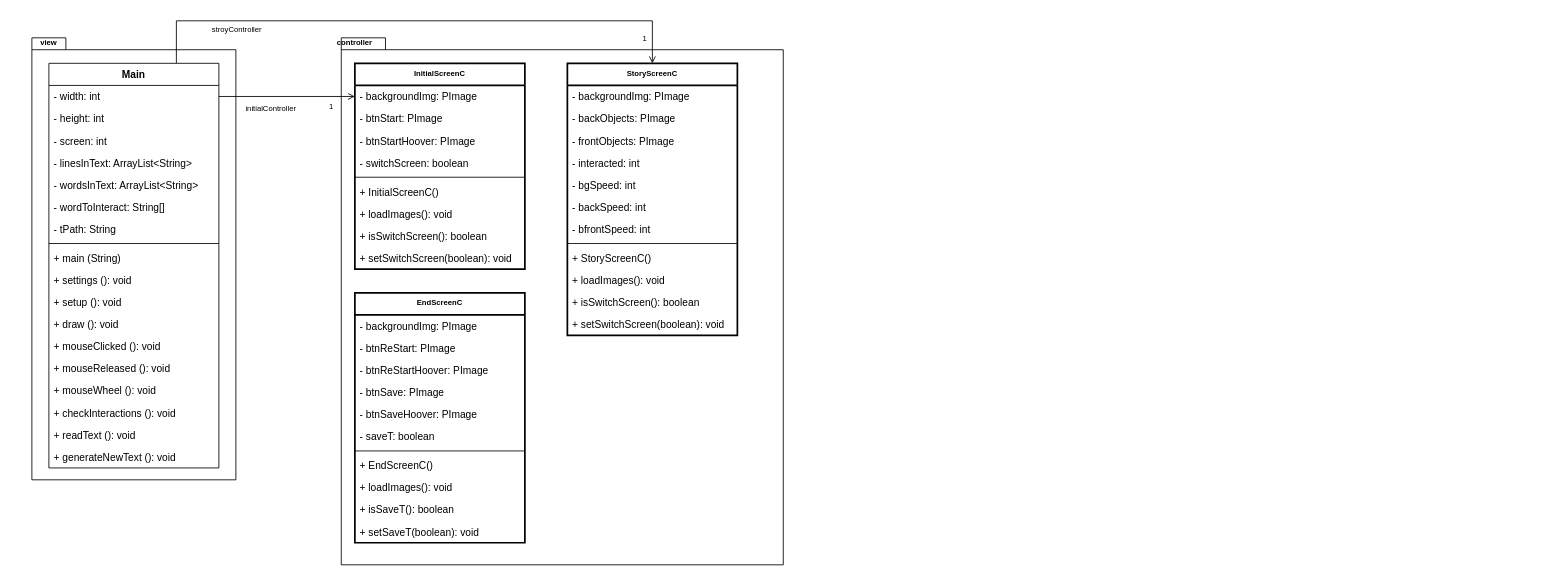
This is docs/interactive-story-CD.drawio from JuanFeBlancoT/interactive-story, a draw.io file, before an edit. Source tidied: cells renumbered, new cells numbered last; positions are measured from the earlier drawing's top-left corner, leaving out a move shared by most shapes. Both pictures are drawn from the tidied source at 85%, with x=0, y=0 at pixel (14, 20).
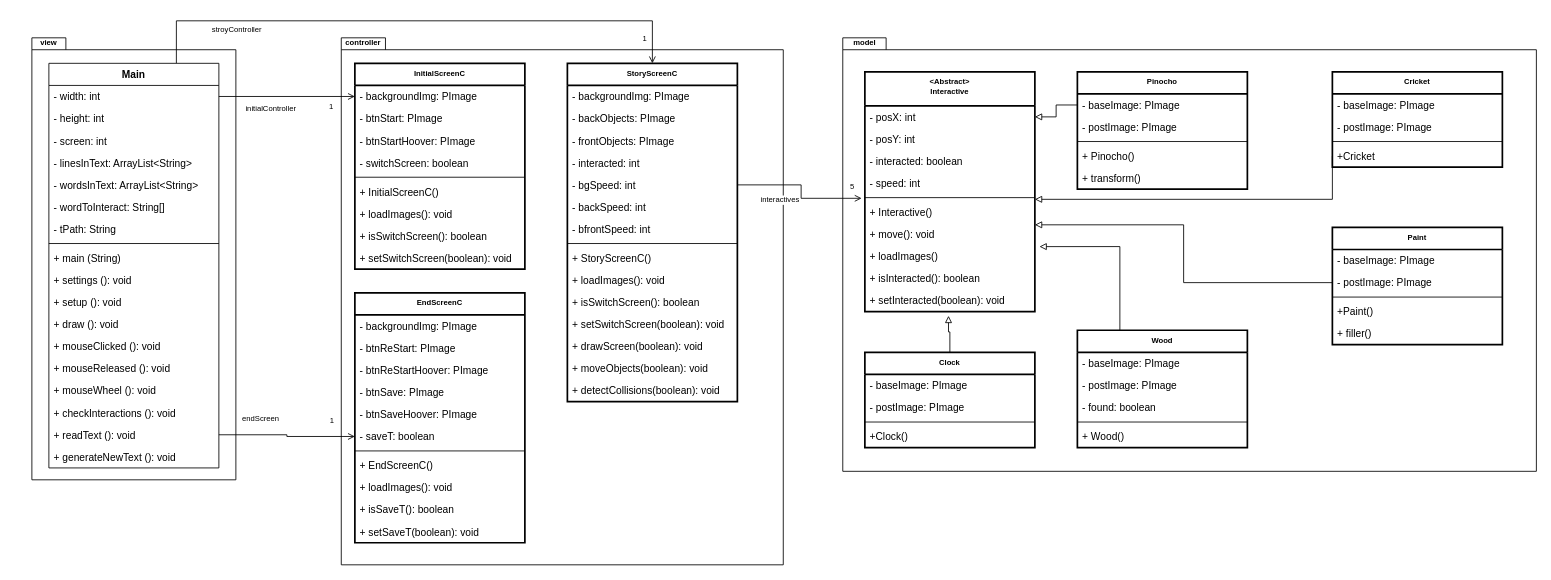
The same page after the edit.

Commit message (it also covers changes not shown here):
Class diagram added

Unchanged cells that the change refers to:
```xml
<mxCell id="24" value="+ readText (): void" style="text;strokeColor=none;fillColor=none;align=left;verticalAlign=top;spacingLeft=4;spacingRight=4;overflow=hidden;points=[[0,0.5],[1,0.5]];portConstraint=eastwest;" parent="7" vertex="1">
  <mxGeometry y="424" width="200" height="26" as="geometry" />
</mxCell>
<mxCell id="46" value="- bgSpeed: int" style="text;strokeColor=none;fillColor=none;align=left;verticalAlign=top;spacingLeft=4;spacingRight=4;overflow=hidden;points=[[0,0.5],[1,0.5]];portConstraint=eastwest;" parent="41" vertex="1">
  <mxGeometry y="130" width="200" height="26" as="geometry" />
</mxCell>
<mxCell id="60" value="- saveT: boolean" style="text;strokeColor=none;fillColor=none;align=left;verticalAlign=top;spacingLeft=4;spacingRight=4;overflow=hidden;points=[[0,0.5],[1,0.5]];portConstraint=eastwest;" parent="54" vertex="1">
  <mxGeometry y="156" width="200" height="26" as="geometry" />
</mxCell>
```

What changed in the source:
```diff
@@
     <mxCell id="27" value="controller" style="text;align=center;fontStyle=1;verticalAlign=middle;spacingLeft=3;spacingRight=3;strokeColor=none;strokeWidth=2;fontSize=9;" parent="1" vertex="1">
-      <mxGeometry x="360" y="10" width="80" height="30" as="geometry" />
+      <mxGeometry x="370" y="10" width="80" height="30" as="geometry" />
     </mxCell>
@@
     <mxCell id="41" value="StoryScreenC" style="swimlane;fontStyle=1;align=center;verticalAlign=top;horizontal=1;startSize=26;strokeWidth=2;fontSize=9;" parent="1" vertex="1">
-      <mxGeometry x="650" y="50" width="200" height="320" as="geometry" />
+      <mxGeometry x="650" y="50" width="200" height="398" as="geometry" />
     </mxCell>
@@
+    <mxCell id="66" value="+ drawScreen(boolean): void" style="text;strokeColor=none;fillColor=none;align=left;verticalAlign=top;spacingLeft=4;spacingRight=4;overflow=hidden;" parent="41" vertex="1">
+      <mxGeometry y="320" width="200" height="26" as="geometry" />
+    </mxCell>
+    <mxCell id="67" value="+ moveObjects(boolean): void" style="text;strokeColor=none;fillColor=none;align=left;verticalAlign=top;spacingLeft=4;spacingRight=4;overflow=hidden;" parent="41" vertex="1">
+      <mxGeometry y="346" width="200" height="26" as="geometry" />
+    </mxCell>
+    <mxCell id="68" value="+ detectCollisions(boolean): void" style="text;strokeColor=none;fillColor=none;align=left;verticalAlign=top;spacingLeft=4;spacingRight=4;overflow=hidden;" parent="41" vertex="1">
+      <mxGeometry y="372" width="200" height="26" as="geometry" />
+    </mxCell>
@@
+    <mxCell id="69" style="edgeStyle=orthogonalEdgeStyle;rounded=0;jettySize=auto;html=1;exitX=1;exitY=0.5;exitDx=0;exitDy=0;entryX=0;entryY=0.5;entryDx=0;entryDy=0;endArrow=open;endFill=0;fontSize=9;" parent="1" edge="1" source="24" target="60">
+      <mxGeometry relative="1" as="geometry" />
+    </mxCell>
+    <mxCell id="70" value="endScreen" style="edgeLabel;html=1;align=center;verticalAlign=middle;fontSize=9;" parent="69" vertex="1">
+      <mxGeometry x="-0.34" y="-1" relative="1" as="geometry">
+        <mxPoint x="-4.3" y="-21" as="offset" />
+      </mxGeometry>
+    </mxCell>
+    <mxCell id="71" value="1" style="edgeLabel;html=1;align=center;verticalAlign=middle;fontSize=9;" parent="69" vertex="1">
+      <mxGeometry x="0.66" y="1" relative="1" as="geometry">
+        <mxPoint y="-18" as="offset" />
+      </mxGeometry>
+    </mxCell>
+    <mxCell id="72" style="shape=folder;fontStyle=1;spacingTop=10;tabWidth=40;tabHeight=14;tabPosition=left;html=1;" parent="1" vertex="1">
+      <mxGeometry x="974" y="20" width="816" height="510" as="geometry" />
+    </mxCell>
+    <mxCell id="73" value="model" style="text;align=center;fontStyle=1;verticalAlign=middle;spacingLeft=3;spacingRight=3;strokeColor=none;strokeWidth=2;fontSize=9;" parent="1" vertex="1">
+      <mxGeometry x="960" y="10" width="80" height="30" as="geometry" />
+    </mxCell>
+    <mxCell id="74" value="&lt;Abstract&gt;&#10;Interactive" style="swimlane;fontStyle=1;align=center;verticalAlign=top;horizontal=1;startSize=40;strokeWidth=2;fontSize=9;" parent="1" vertex="1">
+      <mxGeometry x="1000" y="60" width="200" height="282" as="geometry" />
+    </mxCell>
+    <mxCell id="75" value="- posX: int" style="text;strokeColor=none;fillColor=none;align=left;verticalAlign=top;spacingLeft=4;spacingRight=4;overflow=hidden;points=[[0,0.5],[1,0.5]];portConstraint=eastwest;" parent="74" vertex="1">
+      <mxGeometry y="40" width="200" height="26" as="geometry" />
+    </mxCell>
+    <mxCell id="76" value="- posY: int" style="text;strokeColor=none;fillColor=none;align=left;verticalAlign=top;spacingLeft=4;spacingRight=4;overflow=hidden;" parent="74" vertex="1">
+      <mxGeometry y="66" width="200" height="26" as="geometry" />
+    </mxCell>
+    <mxCell id="77" value="- interacted: boolean" style="text;strokeColor=none;fillColor=none;align=left;verticalAlign=top;spacingLeft=4;spacingRight=4;overflow=hidden;" parent="74" vertex="1">
+      <mxGeometry y="92" width="200" height="26" as="geometry" />
+    </mxCell>
+    <mxCell id="78" value="- speed: int" style="text;strokeColor=none;fillColor=none;align=left;verticalAlign=top;spacingLeft=4;spacingRight=4;overflow=hidden;" parent="74" vertex="1">
+      <mxGeometry y="118" width="200" height="26" as="geometry" />
+    </mxCell>
+    <mxCell id="79" style="line;strokeWidth=1;fillColor=none;align=left;verticalAlign=middle;spacingTop=-1;spacingLeft=3;spacingRight=3;labelPosition=right;" parent="74" vertex="1">
+      <mxGeometry y="144" width="200" height="8" as="geometry" />
+    </mxCell>
+    <mxCell id="80" value="+ Interactive()" style="text;strokeColor=none;fillColor=none;align=left;verticalAlign=top;spacingLeft=4;spacingRight=4;overflow=hidden;points=[[0,0.5],[1,0.5]];portConstraint=eastwest;" parent="74" vertex="1">
+      <mxGeometry y="152" width="200" height="26" as="geometry" />
+    </mxCell>
+    <mxCell id="81" value="+ move(): void" style="text;strokeColor=none;fillColor=none;align=left;verticalAlign=top;spacingLeft=4;spacingRight=4;overflow=hidden;" parent="74" vertex="1">
+      <mxGeometry y="178" width="200" height="26" as="geometry" />
+    </mxCell>
+    <mxCell id="82" value="+ loadImages()" style="text;strokeColor=none;fillColor=none;align=left;verticalAlign=top;spacingLeft=4;spacingRight=4;overflow=hidden;points=[[0,0.5],[1,0.5]];portConstraint=eastwest;" parent="74" vertex="1">
+      <mxGeometry y="204" width="200" height="26" as="geometry" />
+    </mxCell>
+    <mxCell id="83" value="+ isInteracted(): boolean" style="text;strokeColor=none;fillColor=none;align=left;verticalAlign=top;spacingLeft=4;spacingRight=4;overflow=hidden;" parent="74" vertex="1">
+      <mxGeometry y="230" width="200" height="26" as="geometry" />
+    </mxCell>
+    <mxCell id="84" value="+ setInteracted(boolean): void" style="text;strokeColor=none;fillColor=none;align=left;verticalAlign=top;spacingLeft=4;spacingRight=4;overflow=hidden;points=[[0,0.5],[1,0.5]];portConstraint=eastwest;" parent="74" vertex="1">
+      <mxGeometry y="256" width="200" height="26" as="geometry" />
+    </mxCell>
+    <mxCell id="85" style="edgeStyle=orthogonalEdgeStyle;rounded=0;jettySize=auto;html=1;exitX=1;exitY=0.5;exitDx=0;exitDy=0;entryX=-0.019;entryY=-0.123;entryDx=0;entryDy=0;entryPerimeter=0;endArrow=open;endFill=0;fontSize=9;" parent="1" edge="1" source="46" target="80">
+      <mxGeometry relative="1" as="geometry" />
+    </mxCell>
+    <mxCell id="86" value="interactives" style="edgeLabel;html=1;align=center;verticalAlign=middle;fontSize=9;" parent="85" vertex="1">
+      <mxGeometry x="0.29" y="3" relative="1" as="geometry">
+        <mxPoint x="-39.2" y="4.2" as="offset" />
+      </mxGeometry>
+    </mxCell>
+    <mxCell id="87" value="5" style="edgeLabel;html=1;align=center;verticalAlign=middle;fontSize=9;" parent="85" vertex="1">
+      <mxGeometry x="0.31" y="-2" relative="1" as="geometry">
+        <mxPoint x="44.7" y="-16.8" as="offset" />
+      </mxGeometry>
+    </mxCell>
+    <mxCell id="88" value="Pinocho" style="swimlane;fontStyle=1;align=center;verticalAlign=top;horizontal=1;startSize=26;strokeWidth=2;fontSize=9;" parent="1" vertex="1">
+      <mxGeometry x="1250" y="60" width="200" height="138" as="geometry" />
+    </mxCell>
+    <mxCell id="89" value="- baseImage: PImage" style="text;strokeColor=none;fillColor=none;align=left;verticalAlign=top;spacingLeft=4;spacingRight=4;overflow=hidden;points=[[0,0.5],[1,0.5]];portConstraint=eastwest;" parent="88" vertex="1">
+      <mxGeometry y="26" width="200" height="26" as="geometry" />
+    </mxCell>
+    <mxCell id="90" value="- postImage: PImage" style="text;strokeColor=none;fillColor=none;align=left;verticalAlign=top;spacingLeft=4;spacingRight=4;overflow=hidden;" parent="88" vertex="1">
+      <mxGeometry y="52" width="200" height="26" as="geometry" />
+    </mxCell>
+    <mxCell id="91" style="line;strokeWidth=1;fillColor=none;align=left;verticalAlign=middle;spacingTop=-1;spacingLeft=3;spacingRight=3;labelPosition=right;" parent="88" vertex="1">
+      <mxGeometry y="78" width="200" height="8" as="geometry" />
+    </mxCell>
+    <mxCell id="92" value="+ Pinocho()" style="text;strokeColor=none;fillColor=none;align=left;verticalAlign=top;spacingLeft=4;spacingRight=4;overflow=hidden;" parent="88" vertex="1">
+      <mxGeometry y="86" width="200" height="26" as="geometry" />
+    </mxCell>
+    <mxCell id="93" value="+ transform()" style="text;strokeColor=none;fillColor=none;align=left;verticalAlign=top;spacingLeft=4;spacingRight=4;overflow=hidden;" parent="88" vertex="1">
+      <mxGeometry y="112" width="200" height="26" as="geometry" />
+    </mxCell>
+    <mxCell id="94" style="edgeStyle=orthogonalEdgeStyle;rounded=0;jettySize=auto;html=1;exitX=0;exitY=0.5;exitDx=0;exitDy=0;entryX=1;entryY=0.5;entryDx=0;entryDy=0;endArrow=block;endFill=0;fontSize=9;" parent="1" edge="1" source="89" target="75">
+      <mxGeometry relative="1" as="geometry" />
+    </mxCell>
+    <mxCell id="95" value="Cricket" style="swimlane;fontStyle=1;align=center;verticalAlign=top;horizontal=1;startSize=26;strokeWidth=2;fontSize=9;" parent="1" vertex="1">
+      <mxGeometry x="1550" y="60" width="200" height="112" as="geometry" />
+    </mxCell>
+    <mxCell id="96" value="- baseImage: PImage" style="text;strokeColor=none;fillColor=none;align=left;verticalAlign=top;spacingLeft=4;spacingRight=4;overflow=hidden;" parent="95" vertex="1">
+      <mxGeometry y="26" width="200" height="26" as="geometry" />
+    </mxCell>
+    <mxCell id="97" value="- postImage: PImage" style="text;strokeColor=none;fillColor=none;align=left;verticalAlign=top;spacingLeft=4;spacingRight=4;overflow=hidden;" parent="95" vertex="1">
+      <mxGeometry y="52" width="200" height="26" as="geometry" />
+    </mxCell>
+    <mxCell id="98" style="line;strokeWidth=1;fillColor=none;align=left;verticalAlign=middle;spacingTop=-1;spacingLeft=3;spacingRight=3;labelPosition=right;" parent="95" vertex="1">
+      <mxGeometry y="78" width="200" height="8" as="geometry" />
+    </mxCell>
+    <mxCell id="99" value="+Cricket" style="text;strokeColor=none;fillColor=none;align=left;verticalAlign=top;spacingLeft=4;spacingRight=4;overflow=hidden;points=[[0,0.5],[1,0.5]];portConstraint=eastwest;" parent="95" vertex="1">
+      <mxGeometry y="86" width="200" height="26" as="geometry" />
+    </mxCell>
+    <mxCell id="100" style="edgeStyle=orthogonalEdgeStyle;rounded=0;jettySize=auto;html=1;exitX=0.5;exitY=0;exitDx=0;exitDy=0;entryX=0.492;entryY=1.192;entryDx=0;entryDy=0;entryPerimeter=0;endArrow=block;endFill=0;fontSize=9;" parent="1" edge="1" source="101" target="84">
+      <mxGeometry relative="1" as="geometry">
+        <Array as="points">
+          <mxPoint x="1100" y="366" />
+          <mxPoint x="1098" y="366" />
+        </Array>
+      </mxGeometry>
+    </mxCell>
+    <mxCell id="101" value="Clock" style="swimlane;fontStyle=1;align=center;verticalAlign=top;horizontal=1;startSize=26;strokeWidth=2;fontSize=9;" parent="1" vertex="1">
+      <mxGeometry x="1000" y="390" width="200" height="112" as="geometry" />
+    </mxCell>
+    <mxCell id="102" value="- baseImage: PImage" style="text;strokeColor=none;fillColor=none;align=left;verticalAlign=top;spacingLeft=4;spacingRight=4;overflow=hidden;" parent="101" vertex="1">
+      <mxGeometry y="26" width="200" height="26" as="geometry" />
+    </mxCell>
+    <mxCell id="103" value="- postImage: PImage" style="text;strokeColor=none;fillColor=none;align=left;verticalAlign=top;spacingLeft=4;spacingRight=4;overflow=hidden;" parent="101" vertex="1">
+      <mxGeometry y="52" width="200" height="26" as="geometry" />
+    </mxCell>
+    <mxCell id="104" style="line;strokeWidth=1;fillColor=none;align=left;verticalAlign=middle;spacingTop=-1;spacingLeft=3;spacingRight=3;labelPosition=right;" parent="101" vertex="1">
+      <mxGeometry y="78" width="200" height="8" as="geometry" />
+    </mxCell>
+    <mxCell id="105" value="+Clock()" style="text;strokeColor=none;fillColor=none;align=left;verticalAlign=top;spacingLeft=4;spacingRight=4;overflow=hidden;" parent="101" vertex="1">
+      <mxGeometry y="86" width="200" height="26" as="geometry" />
+    </mxCell>
+    <mxCell id="106" value="Paint" style="swimlane;fontStyle=1;align=center;verticalAlign=top;horizontal=1;startSize=26;strokeWidth=2;fontSize=9;" parent="1" vertex="1">
+      <mxGeometry x="1550" y="243" width="200" height="138" as="geometry" />
+    </mxCell>
+    <mxCell id="107" value="- baseImage: PImage" style="text;strokeColor=none;fillColor=none;align=left;verticalAlign=top;spacingLeft=4;spacingRight=4;overflow=hidden;" parent="106" vertex="1">
+      <mxGeometry y="26" width="200" height="26" as="geometry" />
+    </mxCell>
+    <mxCell id="108" value="- postImage: PImage" style="text;strokeColor=none;fillColor=none;align=left;verticalAlign=top;spacingLeft=4;spacingRight=4;overflow=hidden;points=[[0,0.5],[1,0.5]];portConstraint=eastwest;" parent="106" vertex="1">
+      <mxGeometry y="52" width="200" height="26" as="geometry" />
+    </mxCell>
+    <mxCell id="109" style="line;strokeWidth=1;fillColor=none;align=left;verticalAlign=middle;spacingTop=-1;spacingLeft=3;spacingRight=3;labelPosition=right;" parent="106" vertex="1">
+      <mxGeometry y="78" width="200" height="8" as="geometry" />
+    </mxCell>
+    <mxCell id="110" value="+Paint()" style="text;strokeColor=none;fillColor=none;align=left;verticalAlign=top;spacingLeft=4;spacingRight=4;overflow=hidden;" parent="106" vertex="1">
+      <mxGeometry y="86" width="200" height="26" as="geometry" />
+    </mxCell>
+    <mxCell id="111" value="+ filler()" style="text;strokeColor=none;fillColor=none;align=left;verticalAlign=top;spacingLeft=4;spacingRight=4;overflow=hidden;" parent="106" vertex="1">
+      <mxGeometry y="112" width="200" height="26" as="geometry" />
+    </mxCell>
+    <mxCell id="112" style="edgeStyle=orthogonalEdgeStyle;rounded=0;jettySize=auto;html=1;exitX=0.25;exitY=0;exitDx=0;exitDy=0;entryX=1.027;entryY=0.063;entryDx=0;entryDy=0;entryPerimeter=0;endArrow=block;endFill=0;fontSize=9;" parent="1" edge="1" source="113" target="82">
+      <mxGeometry relative="1" as="geometry" />
+    </mxCell>
+    <mxCell id="113" value="Wood" style="swimlane;fontStyle=1;align=center;verticalAlign=top;horizontal=1;startSize=26;strokeWidth=2;fontSize=9;" parent="1" vertex="1">
+      <mxGeometry x="1250" y="364" width="200" height="138" as="geometry" />
+    </mxCell>
+    <mxCell id="114" value="- baseImage: PImage" style="text;strokeColor=none;fillColor=none;align=left;verticalAlign=top;spacingLeft=4;spacingRight=4;overflow=hidden;" parent="113" vertex="1">
+      <mxGeometry y="26" width="200" height="26" as="geometry" />
+    </mxCell>
+    <mxCell id="115" value="- postImage: PImage" style="text;strokeColor=none;fillColor=none;align=left;verticalAlign=top;spacingLeft=4;spacingRight=4;overflow=hidden;" parent="113" vertex="1">
+      <mxGeometry y="52" width="200" height="26" as="geometry" />
+    </mxCell>
+    <mxCell id="116" value="- found: boolean" style="text;strokeColor=none;fillColor=none;align=left;verticalAlign=top;spacingLeft=4;spacingRight=4;overflow=hidden;" parent="113" vertex="1">
+      <mxGeometry y="78" width="200" height="26" as="geometry" />
+    </mxCell>
+    <mxCell id="117" style="line;strokeWidth=1;fillColor=none;align=left;verticalAlign=middle;spacingTop=-1;spacingLeft=3;spacingRight=3;labelPosition=right;" parent="113" vertex="1">
+      <mxGeometry y="104" width="200" height="8" as="geometry" />
+    </mxCell>
+    <mxCell id="118" value="+ Wood()" style="text;strokeColor=none;fillColor=none;align=left;verticalAlign=top;spacingLeft=4;spacingRight=4;overflow=hidden;" parent="113" vertex="1">
+      <mxGeometry y="112" width="200" height="26" as="geometry" />
+    </mxCell>
+    <mxCell id="119" style="edgeStyle=orthogonalEdgeStyle;rounded=0;jettySize=auto;html=1;exitX=0;exitY=0.5;exitDx=0;exitDy=0;endArrow=block;endFill=0;fontSize=9;" parent="1" edge="1" source="99">
+      <mxGeometry relative="1" as="geometry">
+        <mxPoint x="1200" y="210" as="targetPoint" />
+        <Array as="points">
+          <mxPoint x="1550" y="210" />
+          <mxPoint x="1200" y="210" />
+        </Array>
+      </mxGeometry>
+    </mxCell>
+    <mxCell id="120" style="edgeStyle=orthogonalEdgeStyle;rounded=0;jettySize=auto;html=1;exitX=0;exitY=0.5;exitDx=0;exitDy=0;endArrow=block;endFill=0;fontSize=9;" parent="1" edge="1" source="108">
+      <mxGeometry relative="1" as="geometry">
+        <mxPoint x="1200" y="240" as="targetPoint" />
+        <Array as="points">
+          <mxPoint x="1375" y="308" />
+          <mxPoint x="1375" y="240" />
+          <mxPoint x="1200" y="240" />
+        </Array>
+      </mxGeometry>
+    </mxCell>
```
